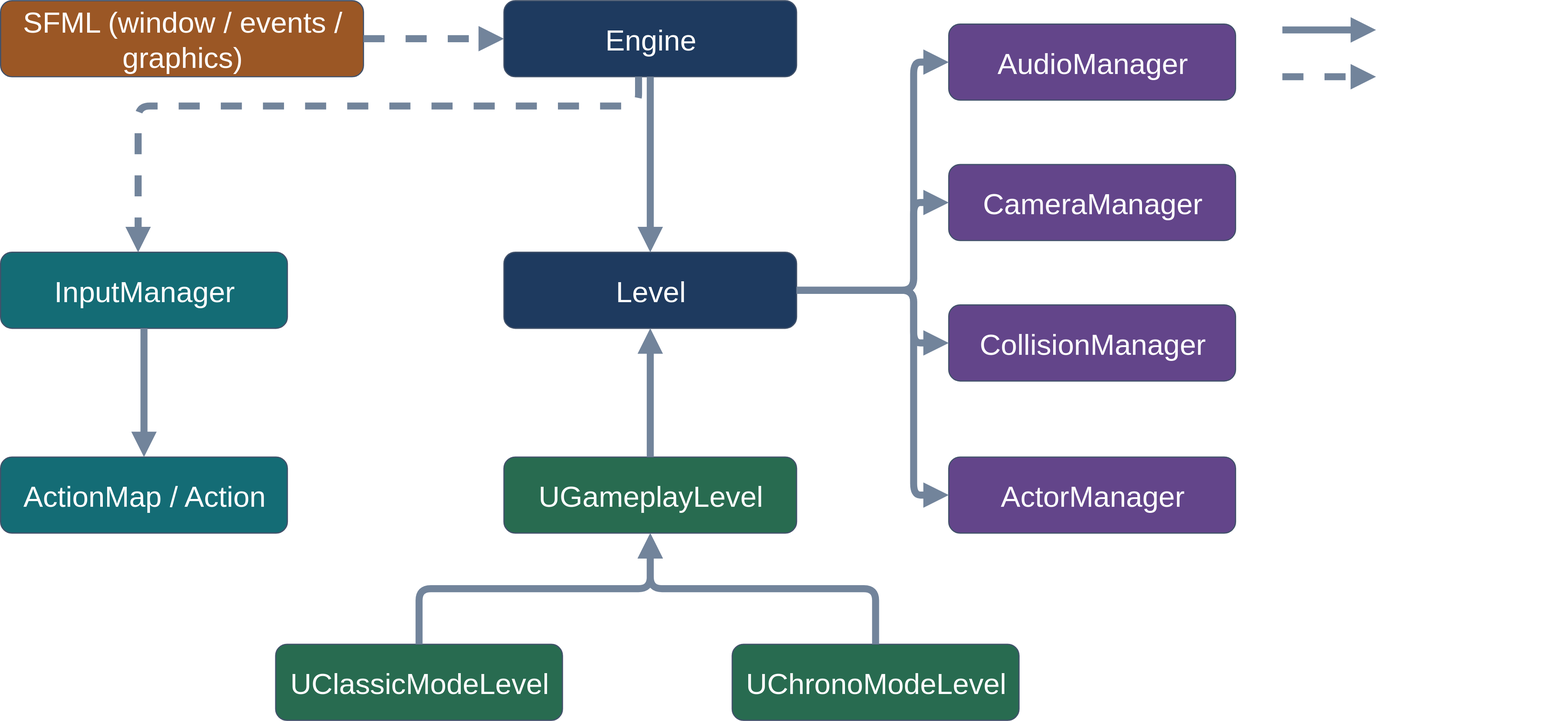
Earlier version of the draw.io export assets/images/AsteroidImage1.svg (SachaGastinois/Portfolio). Source tidied: cells renumbered, new cells last; positions are measured from the earlier drawing's top-left corner, leaving out a move shared by most shapes.
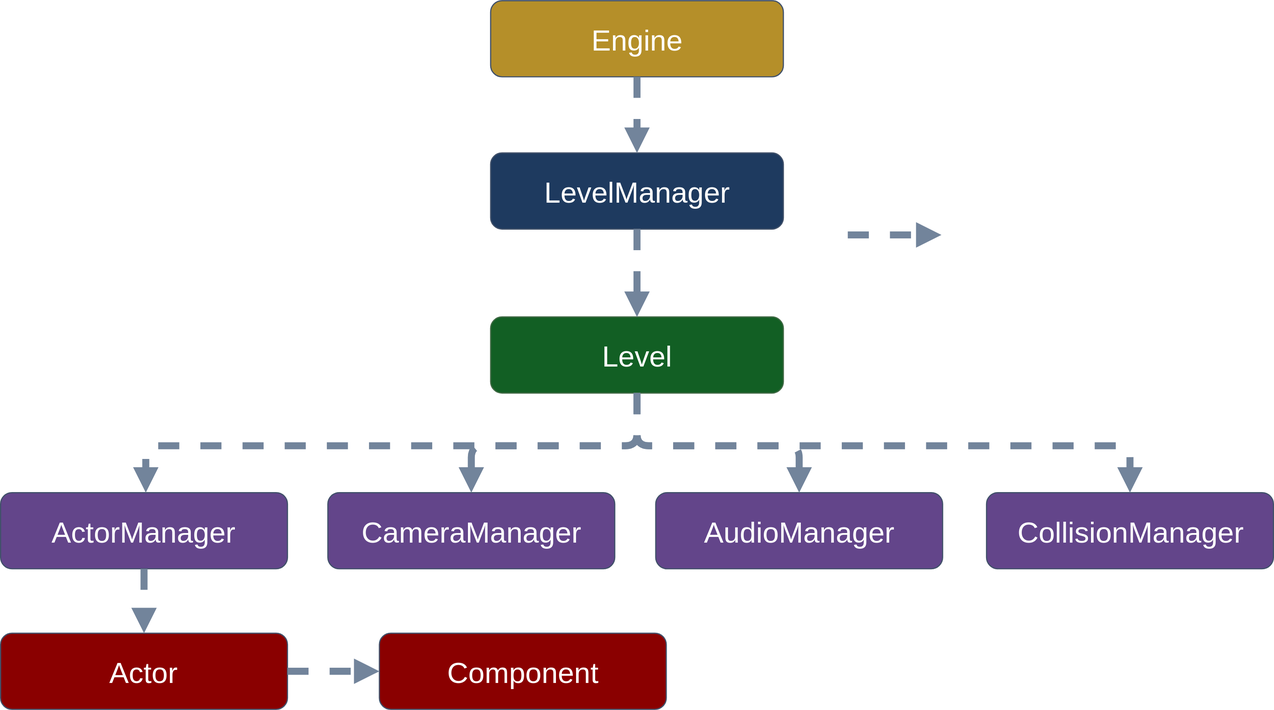
Above is the later version.

Diff of the diagram source:
```diff
@@ -2,118 +2,85 @@
   <root>
     <mxCell id="0" />
     <mxCell id="1" parent="0" />
-    <mxCell id="2" value="Engine" style="rounded=1;whiteSpace=wrap;html=1;fillColor=#1E3A5F;strokeColor=#41516A;fontColor=#FFFFFF;fontSize=25;spacing=10;" parent="1" vertex="1">
+    <mxCell id="2" value="Engine" style="rounded=1;whiteSpace=wrap;html=1;fillColor=#B58F29;strokeColor=#41516A;fontColor=#FFFFFF;fontSize=25;spacing=10;" parent="1" vertex="1">
       <mxGeometry x="430" width="250" height="65" as="geometry" />
     </mxCell>
-    <mxCell id="3" value="Level" style="rounded=1;whiteSpace=wrap;html=1;fillColor=#1E3A5F;strokeColor=#41516A;fontColor=#FFFFFF;fontSize=25;spacing=10;" parent="1" vertex="1">
-      <mxGeometry x="430" y="215" width="250" height="65" as="geometry" />
+    <mxCell id="3" value="Level" style="rounded=1;whiteSpace=wrap;html=1;fillColor=light-dark(#125F24,#9A6CE1);strokeColor=light-dark(#416A45,#000000);fontColor=#FFFFFF;fontSize=25;spacing=10;" parent="1" vertex="1">
+      <mxGeometry x="430" y="270" width="250" height="65" as="geometry" />
     </mxCell>
-    <mxCell id="4" value="InputManager" style="rounded=1;whiteSpace=wrap;html=1;fillColor=#146C75;strokeColor=#41516A;fontColor=#FFFFFF;fontSize=25;spacing=10;" parent="1" vertex="1">
-      <mxGeometry y="215" width="245" height="65" as="geometry" />
-    </mxCell>
-    <mxCell id="5" value="ActionMap / Action" style="rounded=1;whiteSpace=wrap;html=1;fillColor=#146C75;strokeColor=#41516A;fontColor=#FFFFFF;fontSize=25;spacing=10;" parent="1" vertex="1">
-      <mxGeometry y="390" width="245" height="65" as="geometry" />
-    </mxCell>
     <mxCell id="6" value="ActorManager" style="rounded=1;whiteSpace=wrap;html=1;fillColor=#63458A;strokeColor=#41516A;fontColor=#FFFFFF;fontSize=25;spacing=10;" parent="1" vertex="1">
-      <mxGeometry x="810" y="390" width="245" height="65" as="geometry" />
+      <mxGeometry x="11.5" y="420" width="245" height="65" as="geometry" />
     </mxCell>
     <mxCell id="7" value="CollisionManager" style="rounded=1;whiteSpace=wrap;html=1;fillColor=#63458A;strokeColor=#41516A;fontColor=#FFFFFF;fontSize=25;spacing=10;" parent="1" vertex="1">
-      <mxGeometry x="810" y="260" width="245" height="65" as="geometry" />
+      <mxGeometry x="853.5" y="420" width="245" height="65" as="geometry" />
     </mxCell>
     <mxCell id="8" value="CameraManager" style="rounded=1;whiteSpace=wrap;html=1;fillColor=#63458A;strokeColor=#41516A;fontColor=#FFFFFF;fontSize=25;spacing=10;" parent="1" vertex="1">
-      <mxGeometry x="810" y="140" width="245" height="65" as="geometry" />
+      <mxGeometry x="291" y="420" width="245" height="65" as="geometry" />
     </mxCell>
     <mxCell id="9" value="AudioManager" style="rounded=1;whiteSpace=wrap;html=1;fillColor=#63458A;strokeColor=#41516A;fontColor=#FFFFFF;fontSize=25;spacing=10;" parent="1" vertex="1">
-      <mxGeometry x="810" y="20" width="245" height="65" as="geometry" />
+      <mxGeometry x="571" y="420" width="245" height="65" as="geometry" />
     </mxCell>
-    <mxCell id="10" value="UGameplayLevel" style="rounded=1;whiteSpace=wrap;html=1;fillColor=#286B50;strokeColor=#41516A;fontColor=#FFFFFF;fontSize=25;spacing=10;" parent="1" vertex="1">
-      <mxGeometry x="430" y="390" width="250" height="65" as="geometry" />
-    </mxCell>
-    <mxCell id="11" value="UClassicModeLevel" style="rounded=1;whiteSpace=wrap;html=1;fillColor=#286B50;strokeColor=#41516A;fontColor=#FFFFFF;fontSize=25;spacing=10;" parent="1" vertex="1">
-      <mxGeometry x="235" y="550" width="245" height="65" as="geometry" />
-    </mxCell>
-    <mxCell id="12" value="UChronoModeLevel" style="rounded=1;whiteSpace=wrap;html=1;fillColor=#286B50;strokeColor=#41516A;fontColor=#FFFFFF;fontSize=25;spacing=10;" parent="1" vertex="1">
-      <mxGeometry x="625" y="550" width="245" height="65" as="geometry" />
-    </mxCell>
-    <mxCell id="13" value="SFML (window / events / graphics)" style="rounded=1;whiteSpace=wrap;html=1;fillColor=#9B5725;strokeColor=#41516A;fontColor=#FFFFFF;fontSize=25;spacing=10;" parent="1" vertex="1">
-      <mxGeometry width="310" height="65" as="geometry" />
-    </mxCell>
-    <mxCell id="14" style="edgeStyle=orthogonalEdgeStyle;rounded=1;jettySize=auto;html=1;strokeColor=#72849B;fontColor=#334155;fontSize=19;endArrow=block;endFill=1;dashed=0;strokeWidth=6;" parent="1" edge="1" source="2" target="3">
-      <mxGeometry relative="1" as="geometry" />
-    </mxCell>
-    <mxCell id="15" style="edgeStyle=orthogonalEdgeStyle;rounded=1;jettySize=auto;html=1;strokeColor=#72849B;fontColor=#334155;fontSize=19;endArrow=block;endFill=1;dashed=1;strokeWidth=6;" parent="1" edge="1" source="2" target="4">
-      <mxGeometry x="-0.18" relative="1" as="geometry">
-        <Array as="points">
-          <mxPoint x="545" y="90" />
-          <mxPoint x="117.5" y="90" />
-        </Array>
-      </mxGeometry>
-    </mxCell>
-    <mxCell id="16" style="edgeStyle=orthogonalEdgeStyle;rounded=1;jettySize=auto;html=1;strokeColor=#72849B;fontColor=#334155;fontSize=19;endArrow=block;endFill=1;dashed=1;exitX=1;exitY=0.5;exitDx=0;exitDy=0;strokeWidth=6;" parent="1" edge="1" source="13" target="2">
-      <mxGeometry relative="1" as="geometry" />
-    </mxCell>
-    <mxCell id="17" style="edgeStyle=orthogonalEdgeStyle;rounded=1;jettySize=auto;html=1;strokeColor=#72849B;fontColor=#334155;fontSize=19;endArrow=block;endFill=1;dashed=0;strokeWidth=6;" parent="1" edge="1" source="3" target="6">
-      <mxGeometry relative="1" as="geometry">
+    <mxCell id="17" style="edgeStyle=orthogonalEdgeStyle;rounded=1;jettySize=auto;html=1;strokeColor=#72849B;fontColor=#334155;fontSize=19;endArrow=block;endFill=1;dashed=1;strokeWidth=6;" parent="1" edge="1" source="3" target="6">
+      <mxGeometry x="-0.29" relative="1" as="geometry">
         <Array as="points">
-          <mxPoint x="780" y="247.5" />
-          <mxPoint x="780" y="422.5" />
+          <mxPoint x="555" y="380" />
+          <mxPoint x="135.5" y="380" />
         </Array>
       </mxGeometry>
     </mxCell>
-    <mxCell id="18" style="edgeStyle=orthogonalEdgeStyle;rounded=1;jettySize=auto;html=1;strokeColor=#72849B;fontColor=#334155;fontSize=19;endArrow=block;endFill=1;dashed=0;strokeWidth=6;" parent="1" edge="1" source="3" target="7">
-      <mxGeometry relative="1" as="geometry">
+    <mxCell id="18" style="edgeStyle=orthogonalEdgeStyle;rounded=1;jettySize=auto;html=1;strokeColor=#72849B;fontColor=#334155;fontSize=19;endArrow=block;endFill=1;dashed=1;strokeWidth=6;" parent="1" edge="1" source="3" target="7">
+      <mxGeometry x="0.38" relative="1" as="geometry">
         <Array as="points">
-          <mxPoint x="780" y="247.5" />
-          <mxPoint x="780" y="292.5" />
+          <mxPoint x="555" y="380" />
+          <mxPoint x="976" y="380" />
         </Array>
       </mxGeometry>
     </mxCell>
-    <mxCell id="19" style="edgeStyle=orthogonalEdgeStyle;rounded=1;jettySize=auto;html=1;strokeColor=#72849B;fontColor=#334155;fontSize=19;endArrow=block;endFill=1;dashed=0;strokeWidth=6;" parent="1" edge="1" source="3" target="8">
-      <mxGeometry x="-0.51" y="8" relative="1" as="geometry">
-        <Array as="points">
-          <mxPoint x="780" y="247.5" />
-          <mxPoint x="780" y="172.5" />
-        </Array>
-        <mxPoint y="1" as="offset" />
-      </mxGeometry>
-    </mxCell>
-    <mxCell id="20" style="edgeStyle=orthogonalEdgeStyle;rounded=1;jettySize=auto;html=1;strokeColor=#72849B;fontColor=#334155;fontSize=19;endArrow=block;endFill=1;dashed=0;strokeWidth=6;" parent="1" edge="1" source="3" target="9">
-      <mxGeometry relative="1" as="geometry">
+    <mxCell id="20" style="edgeStyle=orthogonalEdgeStyle;rounded=1;jettySize=auto;html=1;strokeColor=#72849B;fontColor=#334155;fontSize=19;endArrow=block;endFill=1;dashed=1;strokeWidth=6;" parent="1" edge="1" source="3" target="9">
+      <mxGeometry x="0.48" relative="1" as="geometry">
         <Array as="points">
-          <mxPoint x="780" y="247.5" />
-          <mxPoint x="780" y="52.5" />
+          <mxPoint x="555" y="380" />
+          <mxPoint x="693.5" y="380" />
         </Array>
       </mxGeometry>
     </mxCell>
-    <mxCell id="21" style="edgeStyle=orthogonalEdgeStyle;rounded=1;jettySize=auto;html=1;strokeColor=#72849B;fontColor=#334155;fontSize=19;endArrow=block;endFill=1;dashed=0;strokeWidth=6;" parent="1" edge="1" source="4" target="5">
-      <mxGeometry relative="1" as="geometry" />
-    </mxCell>
-    <mxCell id="22" style="edgeStyle=orthogonalEdgeStyle;rounded=1;jettySize=auto;html=1;strokeColor=#72849B;fontColor=#334155;fontSize=19;endArrow=block;endFill=1;dashed=0;strokeWidth=6;" parent="1" edge="1" source="10" target="3">
-      <mxGeometry relative="1" as="geometry" />
-    </mxCell>
-    <mxCell id="23" style="edgeStyle=orthogonalEdgeStyle;rounded=1;jettySize=auto;html=1;strokeColor=#72849B;fontColor=#334155;fontSize=19;endArrow=block;endFill=1;dashed=0;strokeWidth=6;" parent="1" edge="1" source="11" target="10">
-      <mxGeometry relative="1" as="geometry" />
-    </mxCell>
-    <mxCell id="24" style="edgeStyle=orthogonalEdgeStyle;rounded=1;jettySize=auto;html=1;strokeColor=#72849B;fontColor=#334155;fontSize=19;endArrow=block;endFill=1;dashed=0;strokeWidth=6;" parent="1" edge="1" source="12" target="10">
-      <mxGeometry relative="1" as="geometry" />
-    </mxCell>
-    <mxCell id="25" style="edgeStyle=orthogonalEdgeStyle;rounded=1;orthogonalLoop=1;jettySize=auto;html=1;strokeColor=#72849B;fontColor=#334155;fontSize=14;endArrow=block;endFill=1;dashed=0;strokeWidth=6;fontStyle=1;align=left;" parent="1" edge="1">
-      <mxGeometry x="-0.19" relative="1" as="geometry">
-        <mxPoint x="1095" y="25" as="sourcePoint" />
-        <mxPoint x="1175" y="25" as="targetPoint" />
-      </mxGeometry>
-    </mxCell>
-    <mxCell id="26" value="inheritance" style="text;html=1;whiteSpace=wrap;strokeColor=none;fillColor=none;align=left;verticalAlign=middle;rounded=0;fontSize=25;fontStyle=1;fontColor=#FFFFFF;labelBorderColor=none;" parent="1" vertex="1">
-      <mxGeometry x="1204" y="5" width="80" height="40" as="geometry" />
-    </mxCell>
     <mxCell id="27" style="edgeStyle=orthogonalEdgeStyle;rounded=1;orthogonalLoop=1;jettySize=auto;html=1;strokeColor=#72849B;fontColor=#334155;fontSize=14;endArrow=block;endFill=1;dashed=1;strokeWidth=6;fontStyle=1;align=left;" parent="1" edge="1">
       <mxGeometry x="0.42" relative="1" as="geometry">
-        <mxPoint x="1095" y="65" as="sourcePoint" />
-        <mxPoint x="1175" y="65" as="targetPoint" />
+        <mxPoint x="735" y="200" as="sourcePoint" />
+        <mxPoint x="815" y="200" as="targetPoint" />
       </mxGeometry>
     </mxCell>
     <mxCell id="28" value="contains" style="text;html=1;whiteSpace=wrap;strokeColor=none;fillColor=none;align=left;verticalAlign=middle;rounded=0;fontSize=25;fontStyle=1;fontColor=#FFFFFF;labelBorderColor=none;" parent="1" vertex="1">
-      <mxGeometry x="1204" y="45" width="80" height="40" as="geometry" />
+      <mxGeometry x="825" y="180" width="250" height="40" as="geometry" />
     </mxCell>
+    <mxCell id="29" value="LevelManager" style="rounded=1;whiteSpace=wrap;html=1;fillColor=#1E3A5F;strokeColor=#41516A;fontColor=#FFFFFF;fontSize=25;spacing=10;" parent="1" vertex="1">
+      <mxGeometry x="430" y="130" width="250" height="65" as="geometry" />
+    </mxCell>
+    <mxCell id="30" style="edgeStyle=orthogonalEdgeStyle;rounded=1;jettySize=auto;html=1;strokeColor=#72849B;fontColor=#334155;fontSize=19;endArrow=block;endFill=1;dashed=1;strokeWidth=6;" parent="1" edge="1" source="2" target="29">
+      <mxGeometry relative="1" as="geometry" />
+    </mxCell>
+    <mxCell id="31" style="edgeStyle=orthogonalEdgeStyle;rounded=1;jettySize=auto;html=1;strokeColor=#72849B;fontColor=#334155;fontSize=19;endArrow=block;endFill=1;dashed=1;strokeWidth=6;" parent="1" edge="1" source="29" target="3">
+      <mxGeometry x="-0.68" relative="1" as="geometry" />
+    </mxCell>
+    <mxCell id="19" style="edgeStyle=orthogonalEdgeStyle;rounded=1;jettySize=auto;html=1;strokeColor=#72849B;fontColor=#334155;fontSize=19;endArrow=block;endFill=1;dashed=1;strokeWidth=6;" parent="1" edge="1" source="3" target="8">
+      <mxGeometry x="-0.22" relative="1" as="geometry">
+        <Array as="points">
+          <mxPoint x="555" y="380" />
+          <mxPoint x="413.5" y="380" />
+        </Array>
+      </mxGeometry>
+    </mxCell>
+    <mxCell id="32" value="Actor" style="rounded=1;whiteSpace=wrap;html=1;fillColor=#8A0000;strokeColor=#41516A;fontColor=#FFFFFF;fontSize=25;spacing=10;" parent="1" vertex="1">
+      <mxGeometry x="11.5" y="540" width="245" height="65" as="geometry" />
+    </mxCell>
+    <mxCell id="33" value="Component" style="rounded=1;whiteSpace=wrap;html=1;fillColor=#8A0000;strokeColor=#41516A;fontColor=#FFFFFF;fontSize=25;spacing=10;" parent="1" vertex="1">
+      <mxGeometry x="335" y="540" width="245" height="65" as="geometry" />
+    </mxCell>
+    <mxCell id="34" style="edgeStyle=orthogonalEdgeStyle;rounded=1;jettySize=auto;html=1;strokeColor=#72849B;fontColor=#334155;fontSize=14;endArrow=block;endFill=1;dashed=1;strokeWidth=6;fontStyle=1;align=left;" parent="1" edge="1" source="32" target="33">
+      <mxGeometry x="0.42" relative="1" as="geometry" />
+    </mxCell>
+    <mxCell id="35" style="edgeStyle=orthogonalEdgeStyle;rounded=1;jettySize=auto;html=1;strokeColor=#72849B;fontColor=#334155;fontSize=14;endArrow=block;endFill=1;dashed=1;strokeWidth=6;fontStyle=1;align=left;" parent="1" edge="1" source="6" target="32">
+      <mxGeometry x="0.42" relative="1" as="geometry" />
+    </mxCell>
   </root>
 </mxGraphModel>
```
